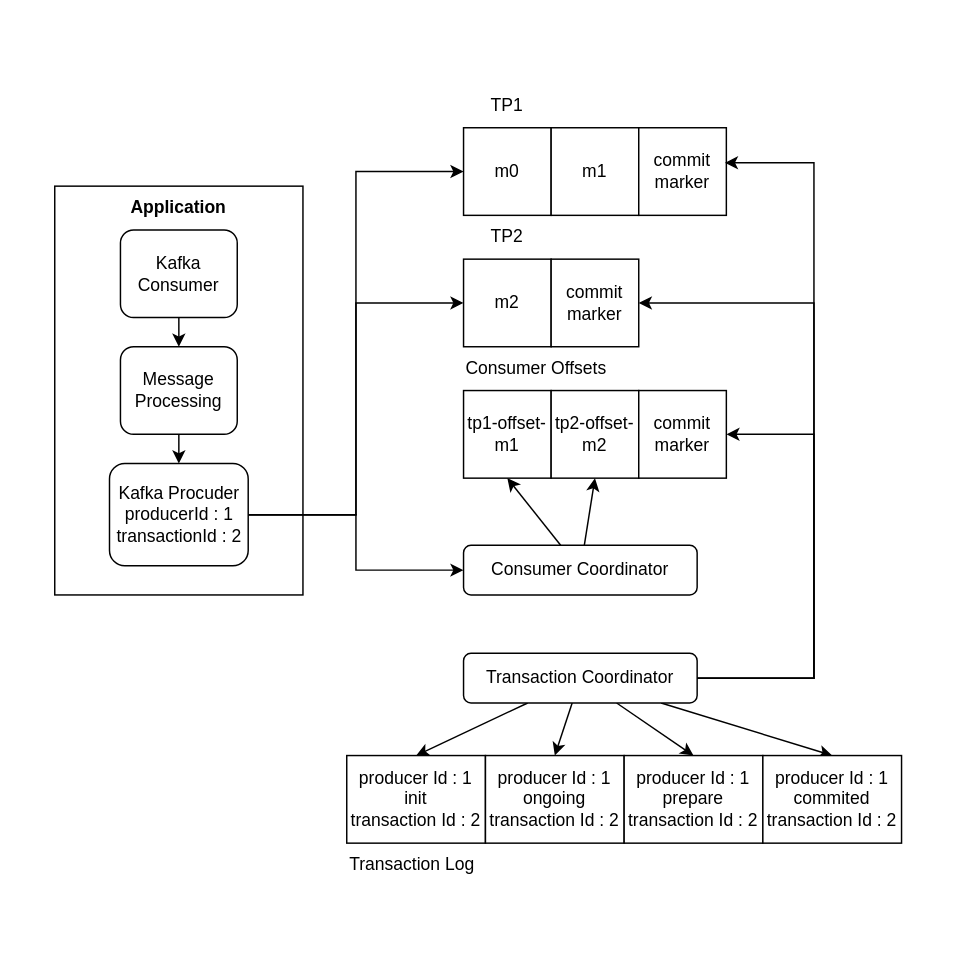
Above: drawio/kafka/kafka-transaction-exactly-once-3.drawio in windowforsun/blog (draw.io), before the change. Source tidied: cells renumbered, new cells numbered last; positions are measured from the earlier drawing's top-left corner, leaving out a move shared by most shapes. Both pictures are drawn from the tidied source at 146%, with x=0, y=0 at pixel (54, 83).
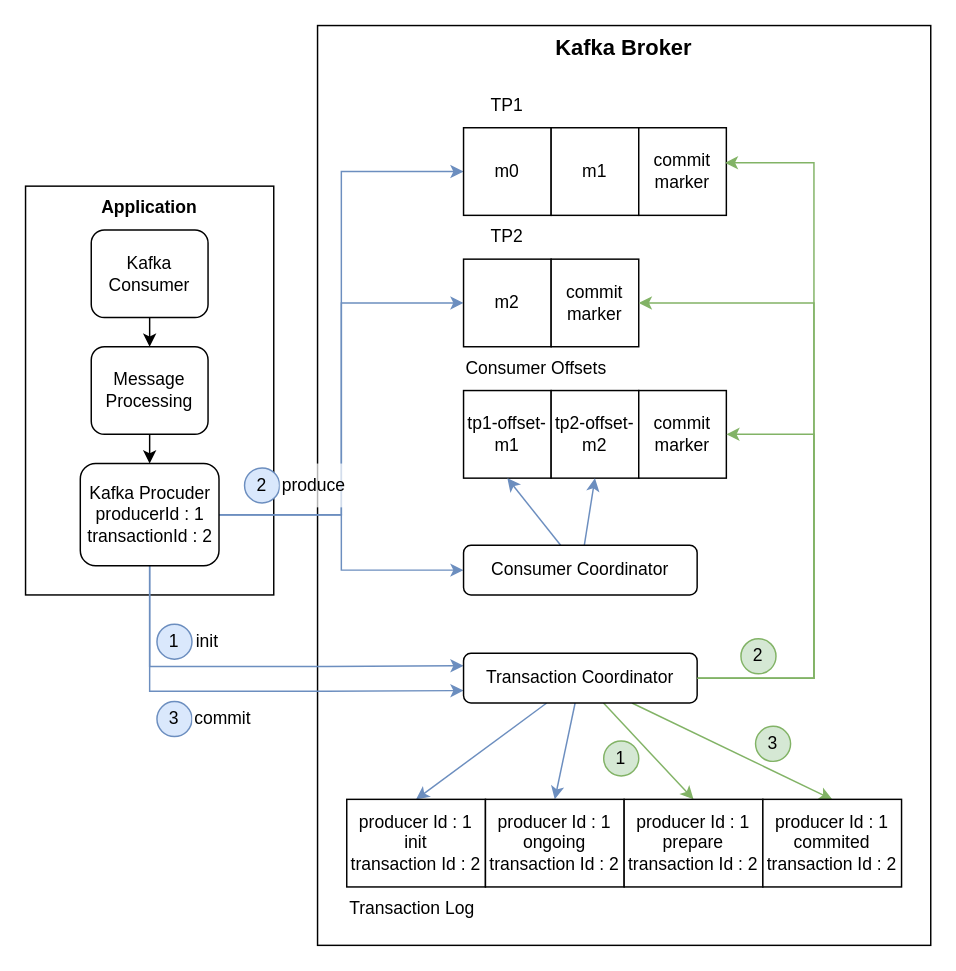
After the change.

The change refers to these unchanged cells:
```xml
<mxCell id="12" value="m0" style="rounded=0;whiteSpace=wrap;html=1;" parent="1" vertex="1">
  <mxGeometry x="280" y="30" width="60" height="60" as="geometry" />
</mxCell>
<mxCell id="14" value="commit marker" style="rounded=0;whiteSpace=wrap;html=1;" parent="1" vertex="1">
  <mxGeometry x="400" y="30" width="60" height="60" as="geometry" />
</mxCell>
<mxCell id="15" value="m2" style="rounded=0;whiteSpace=wrap;html=1;" parent="1" vertex="1">
  <mxGeometry x="280" y="120" width="60" height="60" as="geometry" />
</mxCell>
<mxCell id="18" value="tp1-offset-m1" style="rounded=0;whiteSpace=wrap;html=1;" parent="1" vertex="1">
  <mxGeometry x="280" y="210" width="60" height="60" as="geometry" />
</mxCell>
<mxCell id="19" value="tp2-offset-m2" style="rounded=0;whiteSpace=wrap;html=1;" parent="1" vertex="1">
  <mxGeometry x="340" y="210" width="60" height="60" as="geometry" />
</mxCell>
<mxCell id="20" value="commit marker" style="rounded=0;whiteSpace=wrap;html=1;" parent="1" vertex="1">
  <mxGeometry x="400" y="210" width="60" height="60" as="geometry" />
</mxCell>
<mxCell id="22" value="commit marker" style="rounded=0;whiteSpace=wrap;html=1;" parent="1" vertex="1">
  <mxGeometry x="340" y="120" width="60" height="60" as="geometry" />
</mxCell>
<mxCell id="25" value="Consumer Coordinator" style="rounded=1;whiteSpace=wrap;html=1;" parent="1" vertex="1">
  <mxGeometry x="280" y="316" width="160" height="34" as="geometry" />
</mxCell>
<mxCell id="32" value="Transaction Coordinator" style="rounded=1;whiteSpace=wrap;html=1;" parent="1" vertex="1">
  <mxGeometry x="280" y="390" width="160" height="34" as="geometry" />
</mxCell>
```

What changed in the source:
```diff
@@
+    <mxCell id="39" style="rounded=0;whiteSpace=wrap;html=1;fillColor=none;" parent="1" vertex="1">
+      <mxGeometry x="180" y="-40" width="420" height="630" as="geometry" />
+    </mxCell>
     <mxCell id="2" style="rounded=0;whiteSpace=wrap;html=1;" parent="1" vertex="1">
-      <mxGeometry y="70" width="170" height="280" as="geometry" />
+      <mxGeometry x="-20" y="70" width="170" height="280" as="geometry" />
     </mxCell>
     <mxCell id="3" value="Kafka Consumer" style="rounded=1;whiteSpace=wrap;html=1;" parent="1" vertex="1">
-      <mxGeometry x="45" y="100" width="80" height="60" as="geometry" />
+      <mxGeometry x="25" y="100" width="80" height="60" as="geometry" />
     </mxCell>
     <mxCell id="4" value="Message Processing" style="rounded=1;whiteSpace=wrap;html=1;" parent="1" vertex="1">
-      <mxGeometry x="45" y="180" width="80" height="60" as="geometry" />
+      <mxGeometry x="25" y="180" width="80" height="60" as="geometry" />
     </mxCell>
-    <mxCell id="5" style="edgeStyle=orthogonalEdgeStyle;rounded=0;jettySize=auto;html=1;entryX=0;entryY=0.5;entryDx=0;entryDy=0;" parent="1" edge="1" source="8" target="12">
+    <mxCell id="5" style="edgeStyle=orthogonalEdgeStyle;rounded=0;jettySize=auto;html=1;entryX=0;entryY=0.5;entryDx=0;entryDy=0;strokeColor=#6c8ebf;fillColor=#dae8fc;" parent="1" edge="1" source="8" target="12">
       <mxGeometry relative="1" as="geometry" />
     </mxCell>
-    <mxCell id="6" style="edgeStyle=orthogonalEdgeStyle;rounded=0;jettySize=auto;html=1;entryX=0;entryY=0.5;entryDx=0;entryDy=0;" parent="1" edge="1" source="8" target="15">
+    <mxCell id="6" style="edgeStyle=orthogonalEdgeStyle;rounded=0;jettySize=auto;html=1;entryX=0;entryY=0.5;entryDx=0;entryDy=0;strokeColor=#6c8ebf;fillColor=#dae8fc;" parent="1" edge="1" source="8" target="15">
       <mxGeometry relative="1" as="geometry" />
     </mxCell>
-    <mxCell id="7" style="edgeStyle=orthogonalEdgeStyle;rounded=0;jettySize=auto;html=1;entryX=0;entryY=0.5;entryDx=0;entryDy=0;" parent="1" edge="1" source="8" target="25">
+    <mxCell id="7" style="edgeStyle=orthogonalEdgeStyle;rounded=0;jettySize=auto;html=1;entryX=0;entryY=0.5;entryDx=0;entryDy=0;strokeColor=#6c8ebf;fillColor=#dae8fc;" parent="1" edge="1" source="8" target="25">
       <mxGeometry relative="1" as="geometry" />
     </mxCell>
+    <mxCell id="40" style="edgeStyle=orthogonalEdgeStyle;rounded=0;jettySize=auto;html=1;entryX=0;entryY=0.25;entryDx=0;entryDy=0;fillColor=#dae8fc;strokeColor=#6c8ebf;" parent="1" edge="1" source="8" target="32">
+      <mxGeometry relative="1" as="geometry">
+        <Array as="points">
+          <mxPoint x="65" y="399" />
+          <mxPoint x="186" y="399" />
+        </Array>
+      </mxGeometry>
+    </mxCell>
+    <mxCell id="41" style="edgeStyle=orthogonalEdgeStyle;rounded=0;jettySize=auto;html=1;entryX=0;entryY=0.75;entryDx=0;entryDy=0;fillColor=#dae8fc;strokeColor=#6c8ebf;" parent="1" edge="1" source="8" target="32">
+      <mxGeometry relative="1" as="geometry">
+        <Array as="points">
+          <mxPoint x="65" y="416" />
+          <mxPoint x="186" y="416" />
+        </Array>
+      </mxGeometry>
+    </mxCell>
     <mxCell id="8" value="Kafka Procuder&lt;br&gt;producerId : 1&lt;br&gt;transactionId : 2" style="rounded=1;whiteSpace=wrap;html=1;" parent="1" vertex="1">
-      <mxGeometry x="37.5" y="260" width="95" height="70" as="geometry" />
+      <mxGeometry x="17.5" y="260" width="95" height="70" as="geometry" />
     </mxCell>
     <mxCell id="9" value="&lt;b&gt;Application&lt;/b&gt;" style="text;html=1;align=center;verticalAlign=middle;whiteSpace=wrap;rounded=0;" parent="1" vertex="1">
-      <mxGeometry x="55" y="70" width="60" height="30" as="geometry" />
+      <mxGeometry x="35" y="70" width="60" height="30" as="geometry" />
     </mxCell>
@@
-    <mxCell id="23" style="rounded=0;jettySize=auto;html=1;entryX=0.5;entryY=1;entryDx=0;entryDy=0;" parent="1" edge="1" source="25" target="18">
+    <mxCell id="23" style="rounded=0;jettySize=auto;html=1;entryX=0.5;entryY=1;entryDx=0;entryDy=0;fillColor=#dae8fc;strokeColor=#6c8ebf;" parent="1" edge="1" source="25" target="18">
       <mxGeometry relative="1" as="geometry" />
     </mxCell>
-    <mxCell id="24" style="rounded=0;jettySize=auto;html=1;entryX=0.5;entryY=1;entryDx=0;entryDy=0;" parent="1" edge="1" source="25" target="19">
+    <mxCell id="24" style="rounded=0;jettySize=auto;html=1;entryX=0.5;entryY=1;entryDx=0;entryDy=0;fillColor=#dae8fc;strokeColor=#6c8ebf;" parent="1" edge="1" source="25" target="19">
       <mxGeometry relative="1" as="geometry" />
     </mxCell>
@@
-    <mxCell id="26" style="rounded=0;jettySize=auto;html=1;entryX=0.5;entryY=0;entryDx=0;entryDy=0;" parent="1" edge="1" source="32" target="33">
+    <mxCell id="26" style="rounded=0;jettySize=auto;html=1;entryX=0.5;entryY=0;entryDx=0;entryDy=0;fillColor=#dae8fc;strokeColor=#6c8ebf;" parent="1" edge="1" source="32" target="33">
       <mxGeometry relative="1" as="geometry" />
     </mxCell>
-    <mxCell id="27" style="rounded=0;jettySize=auto;html=1;entryX=0.5;entryY=0;entryDx=0;entryDy=0;" parent="1" edge="1" source="32" target="35">
+    <mxCell id="27" style="rounded=0;jettySize=auto;html=1;entryX=0.5;entryY=0;entryDx=0;entryDy=0;fillColor=#dae8fc;strokeColor=#6c8ebf;" parent="1" edge="1" source="32" target="35">
       <mxGeometry relative="1" as="geometry" />
     </mxCell>
-    <mxCell id="28" style="rounded=0;jettySize=auto;html=1;entryX=0.5;entryY=0;entryDx=0;entryDy=0;" parent="1" edge="1" source="32" target="36">
+    <mxCell id="28" style="rounded=0;jettySize=auto;html=1;entryX=0.5;entryY=0;entryDx=0;entryDy=0;fillColor=#d5e8d4;strokeColor=#82b366;" parent="1" edge="1" source="32" target="36">
       <mxGeometry relative="1" as="geometry" />
     </mxCell>
-    <mxCell id="29" style="rounded=0;jettySize=auto;html=1;entryX=0.5;entryY=0;entryDx=0;entryDy=0;" parent="1" edge="1" source="32" target="37">
+    <mxCell id="29" style="rounded=0;jettySize=auto;html=1;entryX=0.5;entryY=0;entryDx=0;entryDy=0;fillColor=#d5e8d4;strokeColor=#82b366;" parent="1" edge="1" source="32" target="37">
       <mxGeometry relative="1" as="geometry" />
     </mxCell>
-    <mxCell id="30" style="edgeStyle=orthogonalEdgeStyle;rounded=0;jettySize=auto;html=1;entryX=1;entryY=0.5;entryDx=0;entryDy=0;" parent="1" edge="1" source="32" target="22">
+    <mxCell id="30" style="edgeStyle=orthogonalEdgeStyle;rounded=0;jettySize=auto;html=1;entryX=1;entryY=0.5;entryDx=0;entryDy=0;fillColor=#d5e8d4;strokeColor=#82b366;" parent="1" edge="1" source="32" target="22">
       <mxGeometry relative="1" as="geometry">
         <Array as="points">
           <mxPoint x="520" y="407" />
           <mxPoint x="520" y="150" />
         </Array>
       </mxGeometry>
     </mxCell>
-    <mxCell id="31" style="edgeStyle=orthogonalEdgeStyle;rounded=0;jettySize=auto;html=1;entryX=1;entryY=0.5;entryDx=0;entryDy=0;" parent="1" edge="1" source="32" target="20">
+    <mxCell id="31" style="edgeStyle=orthogonalEdgeStyle;rounded=0;jettySize=auto;html=1;entryX=1;entryY=0.5;entryDx=0;entryDy=0;fillColor=#d5e8d4;strokeColor=#82b366;" parent="1" edge="1" source="32" target="20">
       <mxGeometry relative="1" as="geometry">
         <Array as="points">
           <mxPoint x="520" y="407" />
           <mxPoint x="520" y="240" />
         </Array>
       </mxGeometry>
     </mxCell>
@@
     <mxCell id="33" value="producer Id : 1&lt;br&gt;init&lt;br&gt;transaction Id : 2" style="rounded=0;whiteSpace=wrap;html=1;" parent="1" vertex="1">
-      <mxGeometry x="200" y="460" width="95" height="60" as="geometry" />
+      <mxGeometry x="200" y="490" width="95" height="60" as="geometry" />
     </mxCell>
     <mxCell id="34" value="Transaction Log" style="text;html=1;align=center;verticalAlign=middle;whiteSpace=wrap;rounded=0;" parent="1" vertex="1">
-      <mxGeometry x="200" y="520" width="90" height="30" as="geometry" />
+      <mxGeometry x="200" y="550" width="90" height="30" as="geometry" />
     </mxCell>
     <mxCell id="35" value="producer Id : 1&lt;br&gt;ongoing&lt;br&gt;transaction Id : 2" style="rounded=0;whiteSpace=wrap;html=1;" parent="1" vertex="1">
-      <mxGeometry x="295" y="460" width="95" height="60" as="geometry" />
+      <mxGeometry x="295" y="490" width="95" height="60" as="geometry" />
     </mxCell>
     <mxCell id="36" value="producer Id : 1&lt;br&gt;prepare&lt;br&gt;transaction Id : 2" style="rounded=0;whiteSpace=wrap;html=1;" parent="1" vertex="1">
-      <mxGeometry x="390" y="460" width="95" height="60" as="geometry" />
+      <mxGeometry x="390" y="490" width="95" height="60" as="geometry" />
     </mxCell>
     <mxCell id="37" value="producer Id : 1&lt;br&gt;commited&lt;br&gt;transaction Id : 2" style="rounded=0;whiteSpace=wrap;html=1;" parent="1" vertex="1">
-      <mxGeometry x="485" y="460" width="95" height="60" as="geometry" />
+      <mxGeometry x="485" y="490" width="95" height="60" as="geometry" />
     </mxCell>
-    <mxCell id="38" style="edgeStyle=orthogonalEdgeStyle;rounded=0;jettySize=auto;html=1;entryX=0.983;entryY=0.4;entryDx=0;entryDy=0;entryPerimeter=0;" parent="1" edge="1" source="32" target="14">
+    <mxCell id="38" style="edgeStyle=orthogonalEdgeStyle;rounded=0;jettySize=auto;html=1;entryX=0.983;entryY=0.4;entryDx=0;entryDy=0;entryPerimeter=0;fillColor=#d5e8d4;strokeColor=#82b366;" parent="1" edge="1" source="32" target="14">
       <mxGeometry relative="1" as="geometry">
         <Array as="points">
           <mxPoint x="520" y="407" />
           <mxPoint x="520" y="54" />
         </Array>
       </mxGeometry>
     </mxCell>
+    <mxCell id="42" value="&lt;b&gt;&lt;font style=&quot;font-size: 15px;&quot;&gt;Kafka Broker&lt;/font&gt;&lt;/b&gt;" style="text;html=1;align=center;verticalAlign=middle;whiteSpace=wrap;rounded=0;" parent="1" vertex="1">
+      <mxGeometry x="335" y="-40" width="110" height="30" as="geometry" />
+    </mxCell>
+    <mxCell id="43" value="1" style="ellipse;whiteSpace=wrap;html=1;fillColor=#dae8fc;strokeColor=#6c8ebf;" parent="1" vertex="1">
+      <mxGeometry x="70" y="370" width="24" height="24" as="geometry" />
+    </mxCell>
+    <mxCell id="44" value="init" style="text;html=1;align=left;verticalAlign=middle;whiteSpace=wrap;rounded=0;fillColor=default;opacity=70;" parent="1" vertex="1">
+      <mxGeometry x="95" y="367" width="55" height="30" as="geometry" />
+    </mxCell>
+    <mxCell id="45" value="3" style="ellipse;whiteSpace=wrap;html=1;fillColor=#dae8fc;strokeColor=#6c8ebf;" parent="1" vertex="1">
+      <mxGeometry x="70" y="423" width="24" height="24" as="geometry" />
+    </mxCell>
+    <mxCell id="46" value="&lt;p style=&quot;line-height: 120%;&quot;&gt;commit&lt;/p&gt;" style="text;html=1;align=left;verticalAlign=middle;whiteSpace=wrap;rounded=0;fillColor=default;opacity=70;" parent="1" vertex="1">
+      <mxGeometry x="94" y="420" width="46" height="30" as="geometry" />
+    </mxCell>
+    <mxCell id="47" value="2" style="ellipse;whiteSpace=wrap;html=1;fillColor=#dae8fc;strokeColor=#6c8ebf;" parent="1" vertex="1">
+      <mxGeometry x="130" y="263" width="24" height="24" as="geometry" />
+    </mxCell>
+    <mxCell id="48" value="produce" style="text;html=1;align=left;verticalAlign=middle;whiteSpace=wrap;rounded=0;fillColor=default;opacity=70;" parent="1" vertex="1">
+      <mxGeometry x="154" y="260" width="46" height="30" as="geometry" />
+    </mxCell>
+    <mxCell id="49" value="1" style="ellipse;whiteSpace=wrap;html=1;fillColor=#d5e8d4;strokeColor=#82b366;" parent="1" vertex="1">
+      <mxGeometry x="376" y="450" width="24" height="24" as="geometry" />
+    </mxCell>
+    <mxCell id="50" value="3" style="ellipse;whiteSpace=wrap;html=1;fillColor=#d5e8d4;strokeColor=#82b366;" parent="1" vertex="1">
+      <mxGeometry x="480" y="440" width="24" height="24" as="geometry" />
+    </mxCell>
+    <mxCell id="51" value="2" style="ellipse;whiteSpace=wrap;html=1;fillColor=#d5e8d4;strokeColor=#82b366;" parent="1" vertex="1">
+      <mxGeometry x="470" y="380" width="24" height="24" as="geometry" />
+    </mxCell>
```
